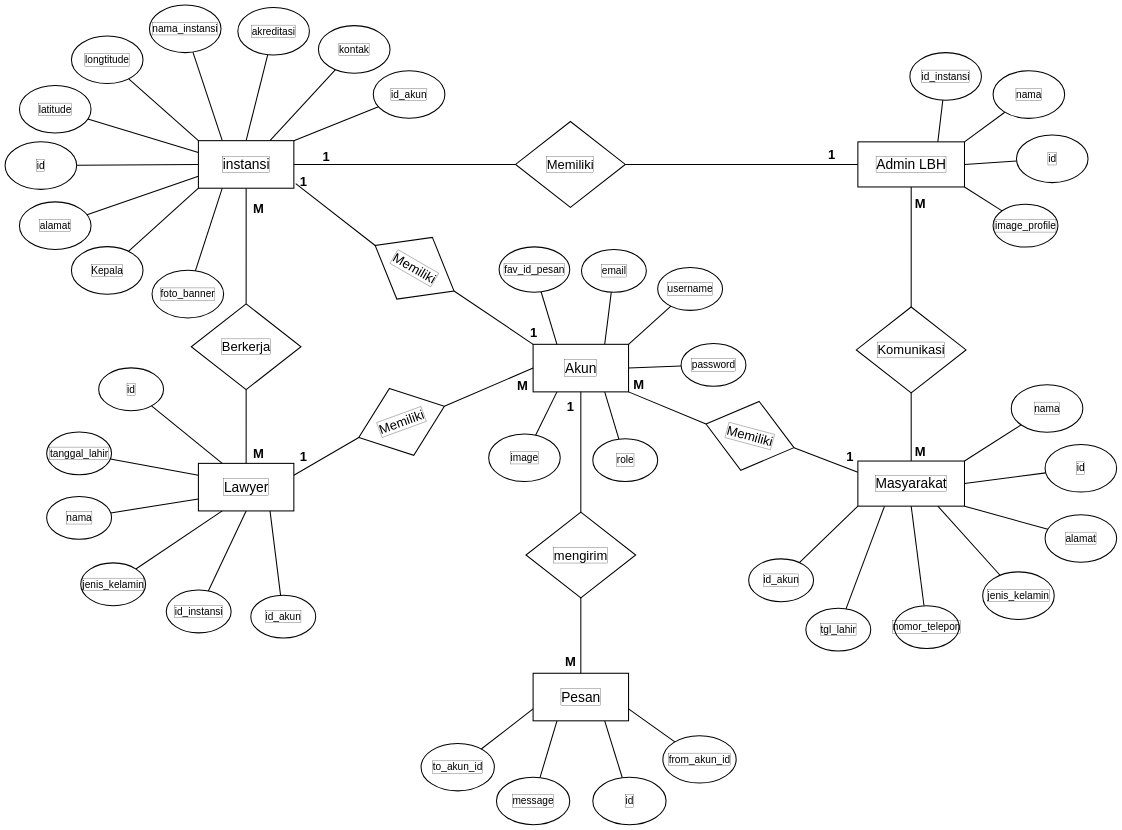
Above: page "ERD" (8 of 11) of Arsitektur-Model-PUI.drawio in naufalfirman23/FILE-DIAGRAM (draw.io), before the change. Source tidied: cells renumbered, new cells numbered last; positions are measured from the earlier drawing's top-left corner, leaving out a move shared by most shapes. Both pictures are drawn from the tidied source at 26%, with x=0, y=0 at pixel (5, 5).
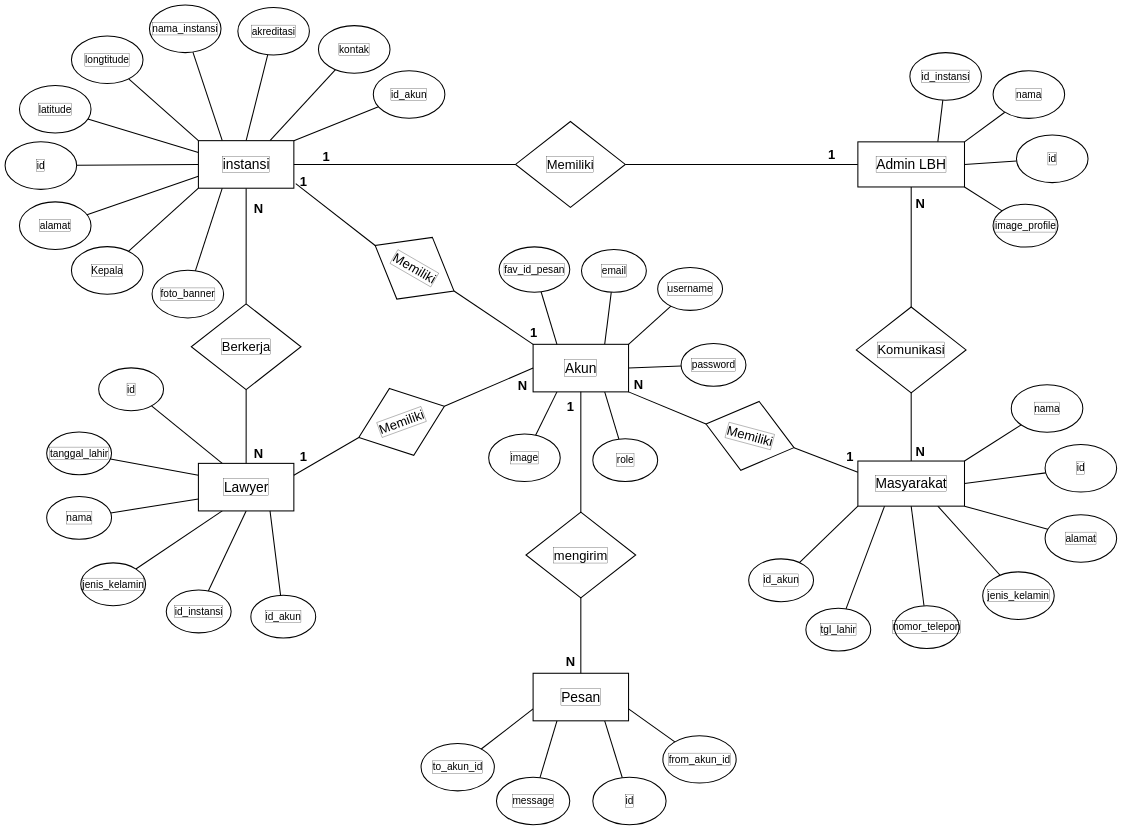
The same diagram, later.

The change refers to these unchanged cells:
```xml
<mxCell id="2" style="group;strokeWidth=0;" parent="1" vertex="1">
  <mxGeometry width="4275.3" height="3152.3" as="geometry" />
</mxCell>
```

What changed in the source:
```diff
@@
-    <mxCell id="78" value="M" style="text;html=1;align=center;verticalAlign=middle;whiteSpace=wrap;rounded=0;fontSize=50;fontStyle=1;" parent="2" vertex="1">
+    <mxCell id="78" value="N" style="text;html=1;align=center;verticalAlign=middle;whiteSpace=wrap;rounded=0;fontSize=50;fontStyle=1;" parent="2" vertex="1">
       <mxGeometry x="3490" y="747.9" width="60" height="30" as="geometry" />
     </mxCell>
-    <mxCell id="79" value="M" style="text;html=1;align=center;verticalAlign=middle;whiteSpace=wrap;rounded=0;fontSize=50;fontStyle=1;" parent="2" vertex="1">
+    <mxCell id="79" value="N" style="text;html=1;align=center;verticalAlign=middle;whiteSpace=wrap;rounded=0;fontSize=50;fontStyle=1;" parent="2" vertex="1">
       <mxGeometry x="3490" y="1700" width="60" height="30" as="geometry" />
     </mxCell>
@@
-    <mxCell id="83" value="M" style="text;html=1;align=center;verticalAlign=middle;whiteSpace=wrap;rounded=0;fontSize=50;fontStyle=1;" parent="2" vertex="1">
+    <mxCell id="83" value="N" style="text;html=1;align=center;verticalAlign=middle;whiteSpace=wrap;rounded=0;fontSize=50;fontStyle=1;" parent="2" vertex="1">
       <mxGeometry x="945.3" y="1709.1" width="60" height="30" as="geometry" />
     </mxCell>
-    <mxCell id="84" value="M" style="text;html=1;align=center;verticalAlign=middle;whiteSpace=wrap;rounded=0;fontSize=50;fontStyle=1;" parent="2" vertex="1">
+    <mxCell id="84" value="N" style="text;html=1;align=center;verticalAlign=middle;whiteSpace=wrap;rounded=0;fontSize=50;fontStyle=1;" parent="2" vertex="1">
       <mxGeometry x="945.3" y="769.1" width="60" height="30" as="geometry" />
     </mxCell>
@@
-    <mxCell id="91" value="M" style="text;html=1;align=center;verticalAlign=middle;whiteSpace=wrap;rounded=0;fontSize=50;fontStyle=1;" parent="2" vertex="1">
+    <mxCell id="91" value="N" style="text;html=1;align=center;verticalAlign=middle;whiteSpace=wrap;rounded=0;fontSize=50;fontStyle=1;" parent="2" vertex="1">
       <mxGeometry x="2406.5" y="1446.2" width="60" height="30" as="geometry" />
     </mxCell>
@@
-    <mxCell id="93" value="M" style="text;html=1;align=center;verticalAlign=middle;whiteSpace=wrap;rounded=0;fontSize=50;fontStyle=1;" parent="2" vertex="1">
+    <mxCell id="93" value="N" style="text;html=1;align=center;verticalAlign=middle;whiteSpace=wrap;rounded=0;fontSize=50;fontStyle=1;" parent="2" vertex="1">
       <mxGeometry x="1960" y="1447.7" width="60" height="30" as="geometry" />
     </mxCell>
@@
-    <mxCell id="108" value="M" style="text;html=1;align=center;verticalAlign=middle;whiteSpace=wrap;rounded=0;fontSize=50;fontStyle=1;" parent="2" vertex="1">
+    <mxCell id="108" value="N" style="text;html=1;align=center;verticalAlign=middle;whiteSpace=wrap;rounded=0;fontSize=50;fontStyle=1;" parent="2" vertex="1">
       <mxGeometry x="2144.5" y="2510" width="60" height="30" as="geometry" />
     </mxCell>
```
